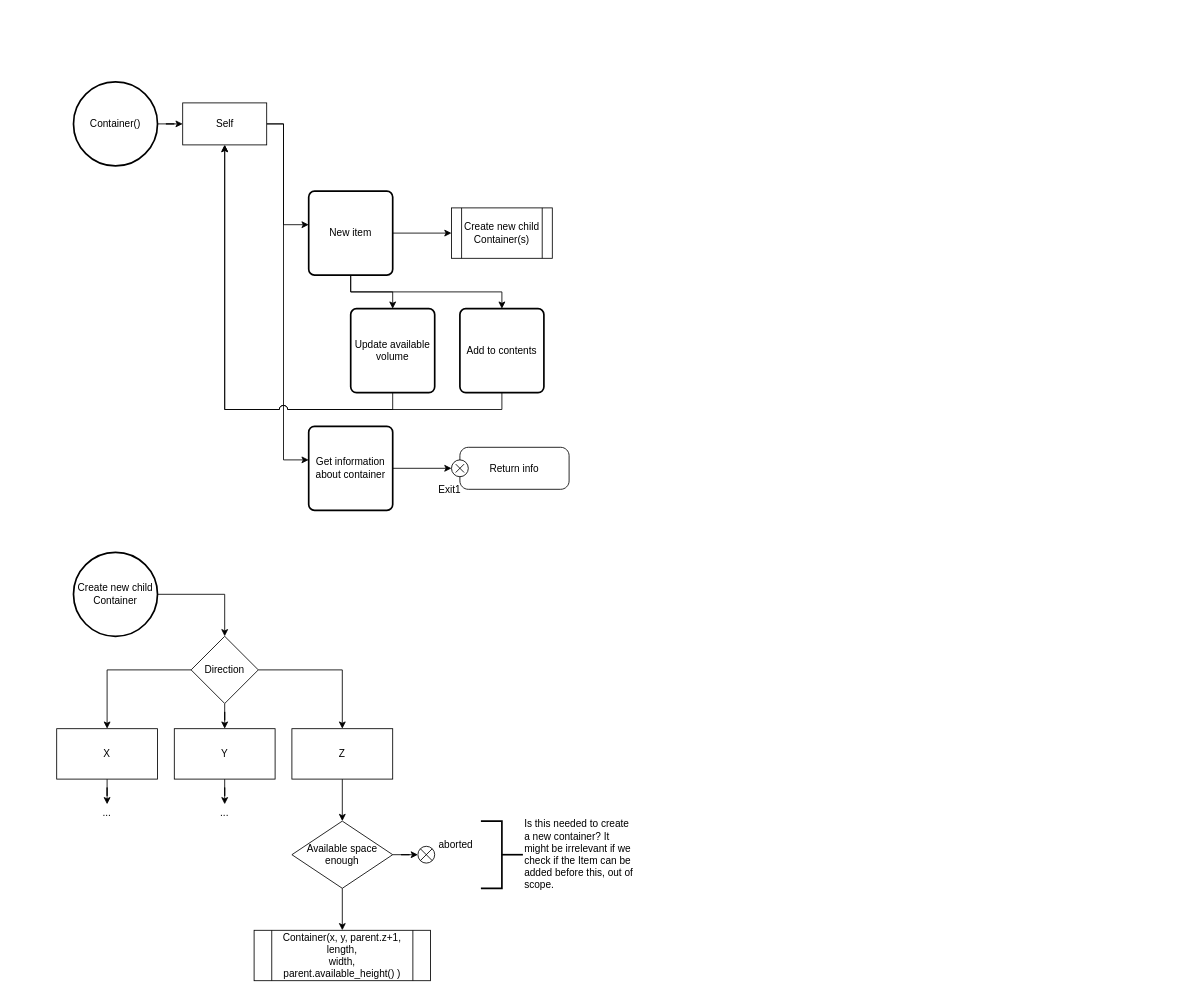
This is Notes/Container.drawio from perryBunn/senior-design, a draw.io file, before an edit. Source tidied: cells renumbered, new cells numbered last; positions are measured from the earlier drawing's top-left corner, leaving out a move shared by most shapes. Both pictures are drawn from the tidied source at 84%, with x=0, y=0 at pixel (56, 81).
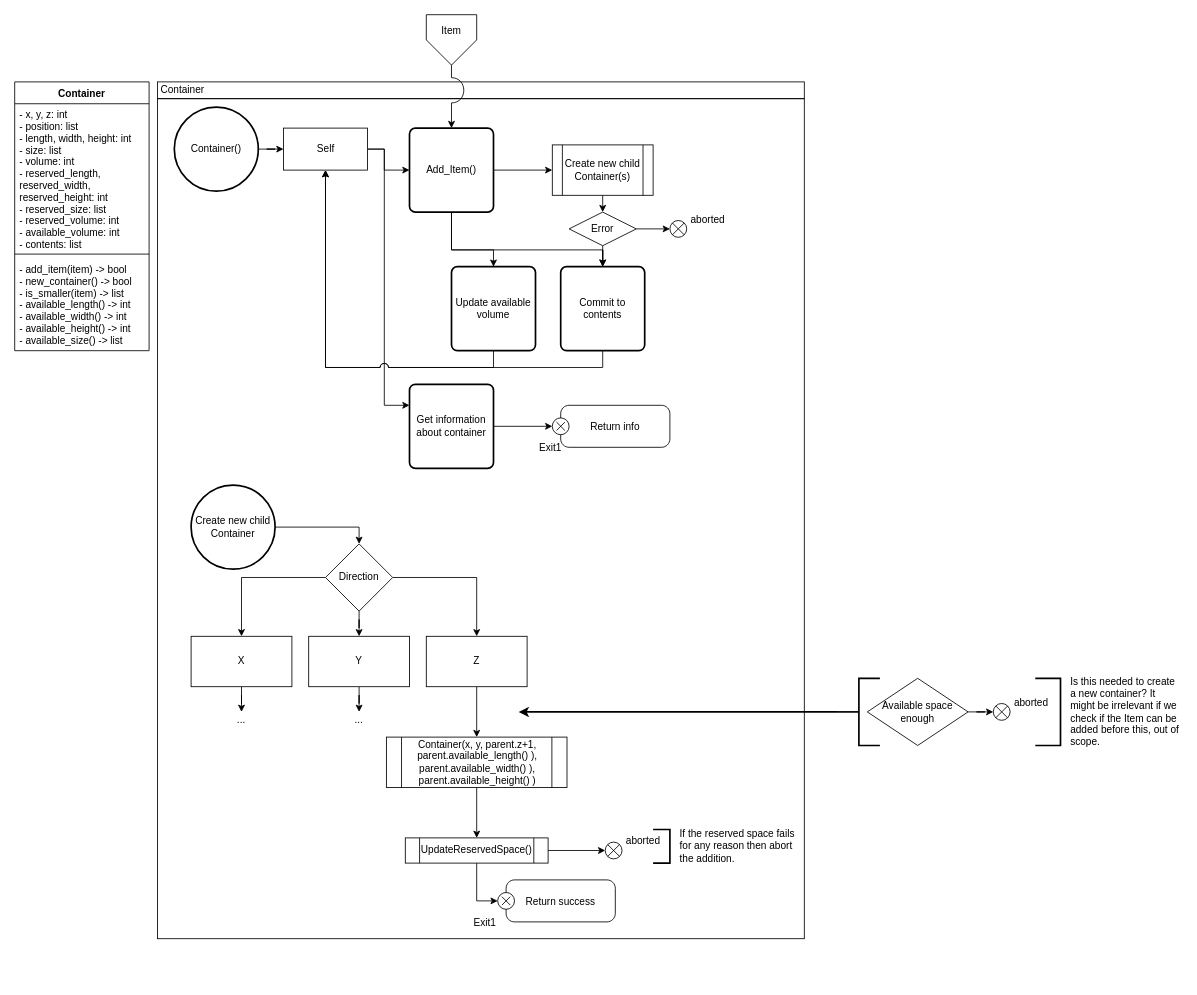
After the change.

The edit, as a diff of the source:
```diff
@@
+    <mxCell id="41" style="rounded=0;whiteSpace=wrap;html=1;fillColor=none;align=center;" parent="1" vertex="1">
+      <mxGeometry x="120" width="770" height="20" as="geometry" />
+    </mxCell>
+    <mxCell id="42" style="rounded=0;whiteSpace=wrap;html=1;align=center;fillColor=none;" parent="1" vertex="1">
+      <mxGeometry x="120" y="20" width="770" height="1000" as="geometry" />
+    </mxCell>
+    <mxCell id="43" style="endArrow=none;html=1;strokeColor=#FFFFFF;strokeWidth=1;entryX=0.312;entryY=0.5;entryDx=0;entryDy=0;entryPerimeter=0;exitX=0.443;exitY=0.5;exitDx=0;exitDy=0;exitPerimeter=0;" parent="1" edge="1">
+      <mxGeometry relative="1" as="geometry">
+        <mxPoint x="521.1" y="10" as="sourcePoint" />
+        <mxPoint x="420.2" y="10" as="targetPoint" />
+      </mxGeometry>
+    </mxCell>
@@
     <mxCell id="3" value="Container()" style="strokeWidth=2;html=1;shape=mxgraph.flowchart.start_2;whiteSpace=wrap;" parent="1" vertex="1">
-      <mxGeometry x="20" width="100" height="100" as="geometry" />
+      <mxGeometry x="140" y="30" width="100" height="100" as="geometry" />
     </mxCell>
     <mxCell id="4" style="edgeStyle=orthogonalEdgeStyle;rounded=0;jettySize=auto;html=1;" parent="1" edge="1" source="7" target="8">
-      <mxGeometry relative="1" as="geometry" />
+      <mxGeometry relative="1" as="geometry">
+        <Array as="points">
+          <mxPoint x="470" y="200" />
+          <mxPoint x="520" y="200" />
+        </Array>
+      </mxGeometry>
     </mxCell>
+    <mxCell id="6" style="edgeStyle=orthogonalEdgeStyle;rounded=0;jettySize=auto;html=1;" parent="1" edge="1" source="7" target="36">
+      <mxGeometry relative="1" as="geometry" />
+    </mxCell>
-    <mxCell id="5" style="edgeStyle=orthogonalEdgeStyle;rounded=0;jettySize=auto;html=1;exitX=0.5;exitY=1;exitDx=0;exitDy=0;" parent="1" edge="1" source="7" target="13">
-      <mxGeometry relative="1" as="geometry" />
+    <mxCell id="5" style="edgeStyle=orthogonalEdgeStyle;rounded=0;jettySize=auto;html=1;exitX=0.5;exitY=1;exitDx=0;exitDy=0;endArrow=classic;endFill=1;strokeWidth=1;" parent="1" edge="1" source="7" target="13">
+      <mxGeometry relative="1" as="geometry">
+        <Array as="points">
+          <mxPoint x="470" y="200" />
+          <mxPoint x="650" y="200" />
+        </Array>
+      </mxGeometry>
     </mxCell>
-    <mxCell id="6" style="edgeStyle=orthogonalEdgeStyle;rounded=0;jettySize=auto;html=1;" parent="1" edge="1" source="7" target="36">
-      <mxGeometry relative="1" as="geometry" />
-    </mxCell>
-    <mxCell id="7" value="New item" style="rounded=1;whiteSpace=wrap;html=1;absoluteArcSize=1;arcSize=14;strokeWidth=2;" parent="1" vertex="1">
-      <mxGeometry x="300" y="130" width="100" height="100" as="geometry" />
+    <mxCell id="7" value="Add_Item()" style="rounded=1;whiteSpace=wrap;html=1;absoluteArcSize=1;arcSize=14;strokeWidth=2;" parent="1" vertex="1">
+      <mxGeometry x="420" y="55" width="100" height="100" as="geometry" />
     </mxCell>
     <mxCell id="8" value="Update available volume" style="rounded=1;whiteSpace=wrap;html=1;absoluteArcSize=1;arcSize=14;strokeWidth=2;" parent="1" vertex="1">
-      <mxGeometry x="350" y="270" width="100" height="100" as="geometry" />
+      <mxGeometry x="470" y="220" width="100" height="100" as="geometry" />
     </mxCell>
     <mxCell id="9" style="edgeStyle=orthogonalEdgeStyle;rounded=0;jumpStyle=none;jumpSize=10;jettySize=auto;html=1;" parent="1" edge="1" source="11" target="7">
       <mxGeometry relative="1" as="geometry">
         <Array as="points">
-          <mxPoint x="270" y="50" />
-          <mxPoint x="270" y="170" />
+          <mxPoint x="390" y="80" />
+          <mxPoint x="390" y="105" />
         </Array>
       </mxGeometry>
     </mxCell>
     <mxCell id="10" style="edgeStyle=orthogonalEdgeStyle;rounded=0;jumpStyle=none;jumpSize=10;jettySize=auto;html=1;" parent="1" edge="1" source="11" target="15">
       <mxGeometry relative="1" as="geometry">
         <Array as="points">
-          <mxPoint x="270" y="50" />
-          <mxPoint x="270" y="450" />
+          <mxPoint x="390" y="80" />
+          <mxPoint x="390" y="385" />
         </Array>
       </mxGeometry>
     </mxCell>
     <mxCell id="11" value="Self" style="html=1;direction=west;" parent="1" vertex="1">
-      <mxGeometry x="150" y="25" width="100" height="50" as="geometry" />
+      <mxGeometry x="270" y="55" width="100" height="50" as="geometry" />
     </mxCell>
@@
-    <mxCell id="13" value="Add to contents" style="rounded=1;whiteSpace=wrap;html=1;absoluteArcSize=1;arcSize=14;strokeWidth=2;" parent="1" vertex="1">
-      <mxGeometry x="480" y="270" width="100" height="100" as="geometry" />
+    <mxCell id="13" value="Commit to contents" style="rounded=1;whiteSpace=wrap;html=1;absoluteArcSize=1;arcSize=14;strokeWidth=2;" parent="1" vertex="1">
+      <mxGeometry x="600" y="220" width="100" height="100" as="geometry" />
     </mxCell>
@@
     <mxCell id="15" value="Get information&lt;br&gt;about container" style="rounded=1;whiteSpace=wrap;html=1;absoluteArcSize=1;arcSize=14;strokeWidth=2;" parent="1" vertex="1">
-      <mxGeometry x="300" y="410" width="100" height="100" as="geometry" />
+      <mxGeometry x="420" y="360" width="100" height="100" as="geometry" />
     </mxCell>
@@
     <mxCell id="20" value="Direction" style="rhombus;whiteSpace=wrap;html=1;" parent="1" vertex="1">
-      <mxGeometry x="160" y="660" width="80" height="80" as="geometry" />
+      <mxGeometry x="320" y="550" width="80" height="80" as="geometry" />
     </mxCell>
@@
     <mxCell id="22" value="Y" style="rounded=0;whiteSpace=wrap;html=1;" parent="1" vertex="1">
-      <mxGeometry x="140" y="770" width="120" height="60" as="geometry" />
+      <mxGeometry x="300" y="660" width="120" height="60" as="geometry" />
     </mxCell>
@@
     <mxCell id="24" value="X" style="rounded=0;whiteSpace=wrap;html=1;" parent="1" vertex="1">
-      <mxGeometry y="770" width="120" height="60" as="geometry" />
+      <mxGeometry x="160" y="660" width="120" height="60" as="geometry" />
     </mxCell>
-    <mxCell id="25" style="edgeStyle=orthogonalEdgeStyle;rounded=0;jettySize=auto;html=1;" parent="1" edge="1" source="26" target="31">
-      <mxGeometry relative="1" as="geometry" />
-    </mxCell>
+    <mxCell id="44" style="edgeStyle=orthogonalEdgeStyle;rounded=0;jettySize=auto;html=1;" parent="1" edge="1" source="26" target="33">
+      <mxGeometry relative="1" as="geometry" />
+    </mxCell>
     <mxCell id="26" value="Z" style="rounded=0;whiteSpace=wrap;html=1;" parent="1" vertex="1">
-      <mxGeometry x="280" y="770" width="120" height="60" as="geometry" />
+      <mxGeometry x="440" y="660" width="120" height="60" as="geometry" />
     </mxCell>
     <mxCell id="27" value="..." style="text;html=1;strokeColor=none;fillColor=none;align=center;verticalAlign=middle;whiteSpace=wrap;rounded=0;" parent="1" vertex="1">
-      <mxGeometry x="40" y="860" width="40" height="20" as="geometry" />
+      <mxGeometry x="200" y="750" width="40" height="20" as="geometry" />
     </mxCell>
     <mxCell id="28" value="..." style="text;html=1;strokeColor=none;fillColor=none;align=center;verticalAlign=middle;whiteSpace=wrap;rounded=0;" parent="1" vertex="1">
-      <mxGeometry x="180" y="860" width="40" height="20" as="geometry" />
+      <mxGeometry x="340" y="750" width="40" height="20" as="geometry" />
     </mxCell>
-    <mxCell id="29" style="edgeStyle=orthogonalEdgeStyle;rounded=0;jettySize=auto;html=1;" parent="1" edge="1" source="31" target="32">
-      <mxGeometry relative="1" as="geometry" />
-    </mxCell>
-    <mxCell id="30" style="edgeStyle=orthogonalEdgeStyle;rounded=0;jettySize=auto;html=1;" parent="1" edge="1" source="31" target="33">
-      <mxGeometry relative="1" as="geometry" />
-    </mxCell>
-    <mxCell id="31" value="Available space enough" style="rhombus;whiteSpace=wrap;html=1;" parent="1" vertex="1">
-      <mxGeometry x="280" y="880" width="120" height="80" as="geometry" />
-    </mxCell>
-    <mxCell id="32" value="aborted" style="shape=mxgraph.sysml.flowFinal;labelPosition=right;verticalLabelPosition=top;spacingTop=5;spacingLeft=3;align=left;verticalAlign=top;" parent="1" vertex="1">
-      <mxGeometry x="430" y="910" width="20" height="20" as="geometry" />
-    </mxCell>
+    <mxCell id="45" style="edgeStyle=orthogonalEdgeStyle;rounded=0;jettySize=auto;html=1;" parent="1" edge="1" source="33" target="51">
+      <mxGeometry relative="1" as="geometry" />
+    </mxCell>
-    <mxCell id="33" value="Container(x, y, parent.z+1,&lt;br&gt;length,&lt;br&gt;width, &lt;br&gt;parent.available_height() )" style="shape=process;whiteSpace=wrap;html=1;backgroundOutline=1;" parent="1" vertex="1">
-      <mxGeometry x="235" y="1010" width="210" height="60" as="geometry" />
+    <mxCell id="33" value="Container(x, y, parent.z+1,&lt;br&gt;parent.available_length() ),&lt;br&gt;parent.available_width() ), &lt;br&gt;parent.available_height() )" style="shape=process;whiteSpace=wrap;html=1;backgroundOutline=1;size=0.08139534883720931;" parent="1" vertex="1">
+      <mxGeometry x="392.5" y="780" width="215" height="60" as="geometry" />
     </mxCell>
     <mxCell id="34" value="Return info" style="shape=umlState;rounded=1;verticalAlign=middle;spacingTop=0;absoluteArcSize=1;arcSize=10;umlStateConnection=connPointRefExit;boundedLbl=1;" parent="1" vertex="1">
-      <mxGeometry x="470" y="435" width="140" height="50" as="geometry" />
+      <mxGeometry x="590" y="385" width="140" height="50" as="geometry" />
     </mxCell>
     <mxCell id="35" value="Exit1" style="text;verticalAlign=middle;align=center;" parent="1" vertex="1">
-      <mxGeometry x="443" y="475" width="50" height="20" as="geometry" />
+      <mxGeometry x="563" y="425" width="50" height="20" as="geometry" />
     </mxCell>
+    <mxCell id="46" style="edgeStyle=orthogonalEdgeStyle;rounded=0;jettySize=auto;html=1;exitX=0.5;exitY=1;exitDx=0;exitDy=0;entryX=0.5;entryY=0;entryDx=0;entryDy=0;endArrow=classic;endFill=1;strokeWidth=1;" parent="1" edge="1" source="36" target="62">
+      <mxGeometry relative="1" as="geometry" />
+    </mxCell>
     <mxCell id="36" value="Create new child Container(s)" style="shape=process;whiteSpace=wrap;html=1;backgroundOutline=1;" parent="1" vertex="1">
-      <mxGeometry x="470" y="150" width="120" height="60" as="geometry" />
+      <mxGeometry x="590" y="75" width="120" height="60" as="geometry" />
     </mxCell>
@@
     <mxCell id="38" value="Create new child Container" style="strokeWidth=2;html=1;shape=mxgraph.flowchart.start_2;whiteSpace=wrap;" parent="1" vertex="1">
-      <mxGeometry x="20" y="560" width="100" height="100" as="geometry" />
+      <mxGeometry x="160" y="480" width="100" height="100" as="geometry" />
     </mxCell>
-    <mxCell id="39" style="strokeWidth=2;html=1;shape=mxgraph.flowchart.annotation_2;align=left;labelPosition=right;direction=west;" parent="1" vertex="1">
-      <mxGeometry x="505" y="880" width="50" height="80" as="geometry" />
-    </mxCell>
+    <mxCell id="47" style="edgeStyle=orthogonalEdgeStyle;rounded=0;jettySize=auto;html=1;" parent="1" edge="1" source="31" target="48">
+      <mxGeometry relative="1" as="geometry" />
+    </mxCell>
+    <mxCell id="31" value="Available space enough" style="rhombus;whiteSpace=wrap;html=1;" parent="1" vertex="1">
+      <mxGeometry x="965" y="710" width="120" height="80" as="geometry" />
+    </mxCell>
+    <mxCell id="48" value="aborted" style="shape=mxgraph.sysml.flowFinal;labelPosition=right;verticalLabelPosition=top;spacingTop=5;spacingLeft=3;align=left;verticalAlign=top;" parent="1" vertex="1">
+      <mxGeometry x="1115" y="740" width="20" height="20" as="geometry" />
+    </mxCell>
     <mxCell id="40" value="Is this needed to create a new container? It might be irrelevant if we check if the Item can be added before this, out of scope." style="text;html=1;strokeColor=none;fillColor=none;align=left;verticalAlign=middle;whiteSpace=wrap;rounded=0;" parent="1" vertex="1">
-      <mxGeometry x="555" y="880" width="135" height="80" as="geometry" />
+      <mxGeometry x="1205" y="710" width="135" height="80" as="geometry" />
     </mxCell>
+    <mxCell id="49" style="edgeStyle=orthogonalEdgeStyle;rounded=0;jettySize=auto;html=1;entryX=0;entryY=0.5;entryDx=0;entryDy=0;entryPerimeter=0;endArrow=classic;endFill=1;strokeWidth=1;" parent="1" edge="1" source="51" target="52">
+      <mxGeometry relative="1" as="geometry" />
+    </mxCell>
+    <mxCell id="50" style="edgeStyle=orthogonalEdgeStyle;rounded=0;jettySize=auto;html=1;endArrow=classic;endFill=1;strokeWidth=1;entryX=0;entryY=0.5;entryDx=0;entryDy=0;" parent="1" edge="1" source="51" target="58">
+      <mxGeometry relative="1" as="geometry" />
+    </mxCell>
+    <mxCell id="51" value="UpdateReservedSpace()" style="shape=process;whiteSpace=wrap;html=1;backgroundOutline=1;align=left;" parent="1" vertex="1">
+      <mxGeometry x="415" y="900" width="170" height="30" as="geometry" />
+    </mxCell>
+    <mxCell id="52" value="aborted" style="shape=mxgraph.sysml.flowFinal;labelPosition=right;verticalLabelPosition=top;spacingTop=5;spacingLeft=3;align=left;verticalAlign=top;" parent="1" vertex="1">
+      <mxGeometry x="653" y="905" width="20" height="20" as="geometry" />
+    </mxCell>
+    <mxCell id="53" style="edgeStyle=orthogonalEdgeStyle;rounded=0;jumpStyle=none;jumpSize=30;jettySize=auto;html=1;exitX=0;exitY=0.5;exitDx=0;exitDy=0;exitPerimeter=0;endArrow=classic;endFill=1;strokeWidth=2;" parent="1" edge="1" source="54">
+      <mxGeometry relative="1" as="geometry">
+        <mxPoint x="550" y="750" as="targetPoint" />
+      </mxGeometry>
+    </mxCell>
+    <mxCell id="54" style="strokeWidth=2;html=1;shape=mxgraph.flowchart.annotation_2;align=left;labelPosition=right;" parent="1" vertex="1">
+      <mxGeometry x="930" y="710" width="50" height="80" as="geometry" />
+    </mxCell>
+    <mxCell id="55" style="strokeWidth=2;html=1;shape=mxgraph.flowchart.annotation_1;align=left;rotation=-180;" parent="1" vertex="1">
+      <mxGeometry x="1165" y="710" width="30" height="80" as="geometry" />
+    </mxCell>
+    <mxCell id="56" style="strokeWidth=2;html=1;shape=mxgraph.flowchart.annotation_1;align=left;rotation=-180;" parent="1" vertex="1">
+      <mxGeometry x="710" y="890" width="20" height="40" as="geometry" />
+    </mxCell>
+    <mxCell id="57" value="If the reserved space fails for any reason then abort the addition." style="text;html=1;strokeColor=none;fillColor=none;align=left;verticalAlign=middle;whiteSpace=wrap;rounded=0;" parent="1" vertex="1">
+      <mxGeometry x="740" y="890" width="140" height="40" as="geometry" />
+    </mxCell>
+    <mxCell id="58" value="Return success" style="shape=umlState;rounded=1;verticalAlign=middle;spacingTop=0;absoluteArcSize=1;arcSize=10;umlStateConnection=connPointRefExit;boundedLbl=1;align=center;" parent="1" vertex="1">
+      <mxGeometry x="525" y="950" width="140" height="50" as="geometry" />
+    </mxCell>
+    <mxCell id="59" value="Exit1" style="text;verticalAlign=middle;align=center;" parent="1" vertex="1">
+      <mxGeometry x="485" y="990" width="50" height="20" as="geometry" />
+    </mxCell>
+    <mxCell id="60" style="edgeStyle=orthogonalEdgeStyle;rounded=0;jettySize=auto;html=1;endArrow=classic;endFill=1;strokeWidth=1;" parent="1" edge="1" source="62" target="13">
+      <mxGeometry relative="1" as="geometry" />
+    </mxCell>
+    <mxCell id="61" style="edgeStyle=orthogonalEdgeStyle;rounded=0;jettySize=auto;html=1;entryX=0;entryY=0.5;entryDx=0;entryDy=0;entryPerimeter=0;endArrow=classic;endFill=1;strokeWidth=1;" parent="1" edge="1" source="62" target="63">
+      <mxGeometry relative="1" as="geometry" />
+    </mxCell>
+    <mxCell id="62" value="Error" style="rhombus;whiteSpace=wrap;html=1;align=center;" parent="1" vertex="1">
+      <mxGeometry x="610" y="155" width="80" height="40" as="geometry" />
+    </mxCell>
+    <mxCell id="63" value="aborted" style="shape=mxgraph.sysml.flowFinal;labelPosition=right;verticalLabelPosition=top;spacingTop=5;spacingLeft=3;align=left;verticalAlign=top;" parent="1" vertex="1">
+      <mxGeometry x="730" y="165" width="20" height="20" as="geometry" />
+    </mxCell>
+    <mxCell id="64" style="edgeStyle=orthogonalEdgeStyle;rounded=0;jumpStyle=arc;jettySize=auto;html=1;endArrow=classic;endFill=1;strokeWidth=1;exitX=0.5;exitY=1;exitDx=0;exitDy=0;jumpSize=30;" parent="1" edge="1" source="65" target="7">
+      <mxGeometry relative="1" as="geometry" />
+    </mxCell>
+    <mxCell id="65" style="verticalLabelPosition=bottom;verticalAlign=top;html=1;shape=offPageConnector;rounded=0;size=0.5;fillColor=none;align=center;" parent="1" vertex="1">
+      <mxGeometry x="440" y="-80" width="60" height="60" as="geometry" />
+    </mxCell>
+    <mxCell id="66" value="Item" style="text;html=1;strokeColor=none;fillColor=none;align=center;verticalAlign=middle;whiteSpace=wrap;rounded=0;" parent="1" vertex="1">
+      <mxGeometry x="450" y="-70" width="40" height="20" as="geometry" />
+    </mxCell>
+    <mxCell id="67" value="Container" style="swimlane;fontStyle=1;align=center;verticalAlign=top;horizontal=1;startSize=26;fillColor=none;" parent="1" vertex="1">
+      <mxGeometry x="-50" width="160" height="320" as="geometry" />
+    </mxCell>
+    <mxCell id="68" value="- x, y, z: int&#10;- position: list&#10;- length, width, height: int&#10;- size: list&#10;- volume: int&#10;- reserved_length, &#10;reserved_width, &#10;reserved_height: int&#10;- reserved_size: list&#10;- reserved_volume: int&#10;- available_volume: int&#10;- contents: list" style="text;strokeColor=none;fillColor=none;align=left;verticalAlign=top;spacingLeft=4;spacingRight=4;overflow=hidden;" parent="67" vertex="1">
+      <mxGeometry y="26" width="160" height="174" as="geometry" />
+    </mxCell>
+    <mxCell id="69" style="line;strokeWidth=1;fillColor=none;align=left;verticalAlign=middle;spacingTop=-1;spacingLeft=3;spacingRight=3;labelPosition=right;" parent="67" vertex="1">
+      <mxGeometry y="200" width="160" height="10" as="geometry" />
+    </mxCell>
+    <mxCell id="70" value="- add_item(item) -&gt; bool&#10;- new_container() -&gt; bool&#10;- is_smaller(item) -&gt; list&#10;- available_length() -&gt; int&#10;- available_width() -&gt; int&#10;- available_height() -&gt; int&#10;- available_size() -&gt; list" style="text;strokeColor=none;fillColor=none;align=left;verticalAlign=top;spacingLeft=4;spacingRight=4;overflow=hidden;" parent="67" vertex="1">
+      <mxGeometry y="210" width="160" height="110" as="geometry" />
+    </mxCell>
+    <mxCell id="71" value="Container" style="text;html=1;strokeColor=none;fillColor=none;align=center;verticalAlign=middle;whiteSpace=wrap;rounded=0;" parent="1" vertex="1">
+      <mxGeometry x="120" width="60" height="20" as="geometry" />
+    </mxCell>
```
